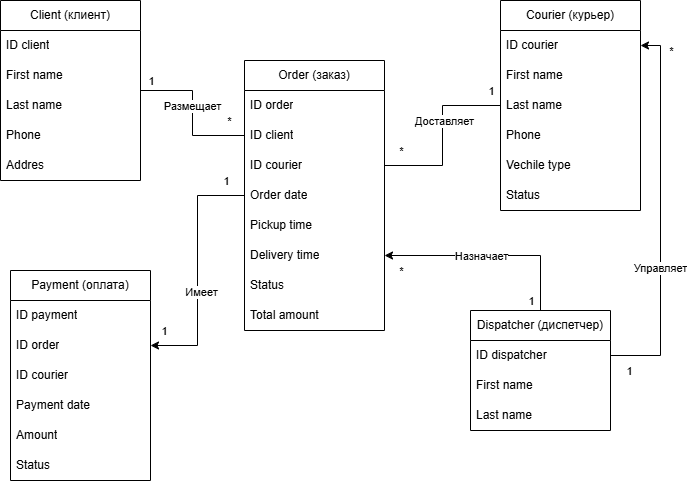
The draw.io diagram src/DOO/ex03_DOO_model.png in Waysyy/pim_01, before a commit. Source tidied: cells renumbered, new cells last; positions are measured from the earlier drawing's top-left corner, leaving out a move shared by most shapes.
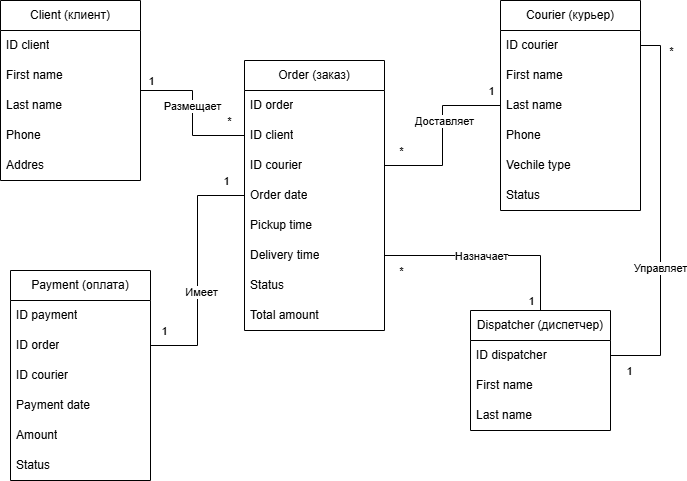
After the change.

Commit message:
Лабораторная 5, диаграммы без стрелок

The edit, as a diff of the source:
```diff
@@ -2,7 +2,7 @@
   <root>
     <mxCell id="0" />
     <mxCell id="1" parent="0" />
-    <mxCell id="2" style="edgeStyle=orthogonalEdgeStyle;rounded=0;jettySize=auto;html=1;" parent="1" edge="1" source="6" target="46">
+    <mxCell id="2" style="edgeStyle=orthogonalEdgeStyle;rounded=0;jettySize=auto;html=1;endArrow=none;endFill=0;" parent="1" edge="1" source="6" target="46">
       <mxGeometry relative="1" as="geometry" />
     </mxCell>
     <mxCell id="3" value="Имеет" style="edgeLabel;html=1;align=center;verticalAlign=middle;" parent="2" vertex="1">
@@ -120,7 +120,7 @@
     <mxCell id="35" value="Status" style="text;strokeColor=none;fillColor=none;align=left;verticalAlign=middle;spacingLeft=4;spacingRight=4;overflow=hidden;whiteSpace=wrap;html=1;" parent="29" vertex="1">
       <mxGeometry y="180" width="140" height="30" as="geometry" />
     </mxCell>
-    <mxCell id="36" style="edgeStyle=orthogonalEdgeStyle;rounded=0;jettySize=auto;html=1;entryX=1;entryY=0.5;entryDx=0;entryDy=0;" parent="1" edge="1" source="40" target="12">
+    <mxCell id="36" style="edgeStyle=orthogonalEdgeStyle;rounded=0;jettySize=auto;html=1;entryX=1;entryY=0.5;entryDx=0;entryDy=0;endArrow=none;endFill=0;" parent="1" edge="1" source="40" target="12">
       <mxGeometry relative="1" as="geometry">
         <Array as="points">
           <mxPoint x="540" y="255" />
@@ -175,7 +175,7 @@
     <mxCell id="50" value="Status" style="text;strokeColor=none;fillColor=none;align=left;verticalAlign=middle;spacingLeft=4;spacingRight=4;overflow=hidden;whiteSpace=wrap;html=1;" parent="44" vertex="1">
       <mxGeometry y="180" width="140" height="30" as="geometry" />
     </mxCell>
-    <mxCell id="51" style="edgeStyle=orthogonalEdgeStyle;rounded=0;jettySize=auto;html=1;entryX=1;entryY=0.5;entryDx=0;entryDy=0;" parent="1" edge="1" source="41" target="30">
+    <mxCell id="51" style="edgeStyle=orthogonalEdgeStyle;rounded=0;jettySize=auto;html=1;entryX=1;entryY=0.5;entryDx=0;entryDy=0;endArrow=none;endFill=0;" parent="1" edge="1" source="41" target="30">
       <mxGeometry relative="1" as="geometry" />
     </mxCell>
     <mxCell id="52" value="Управляет" style="edgeLabel;html=1;align=center;verticalAlign=middle;" parent="51" vertex="1">
```
